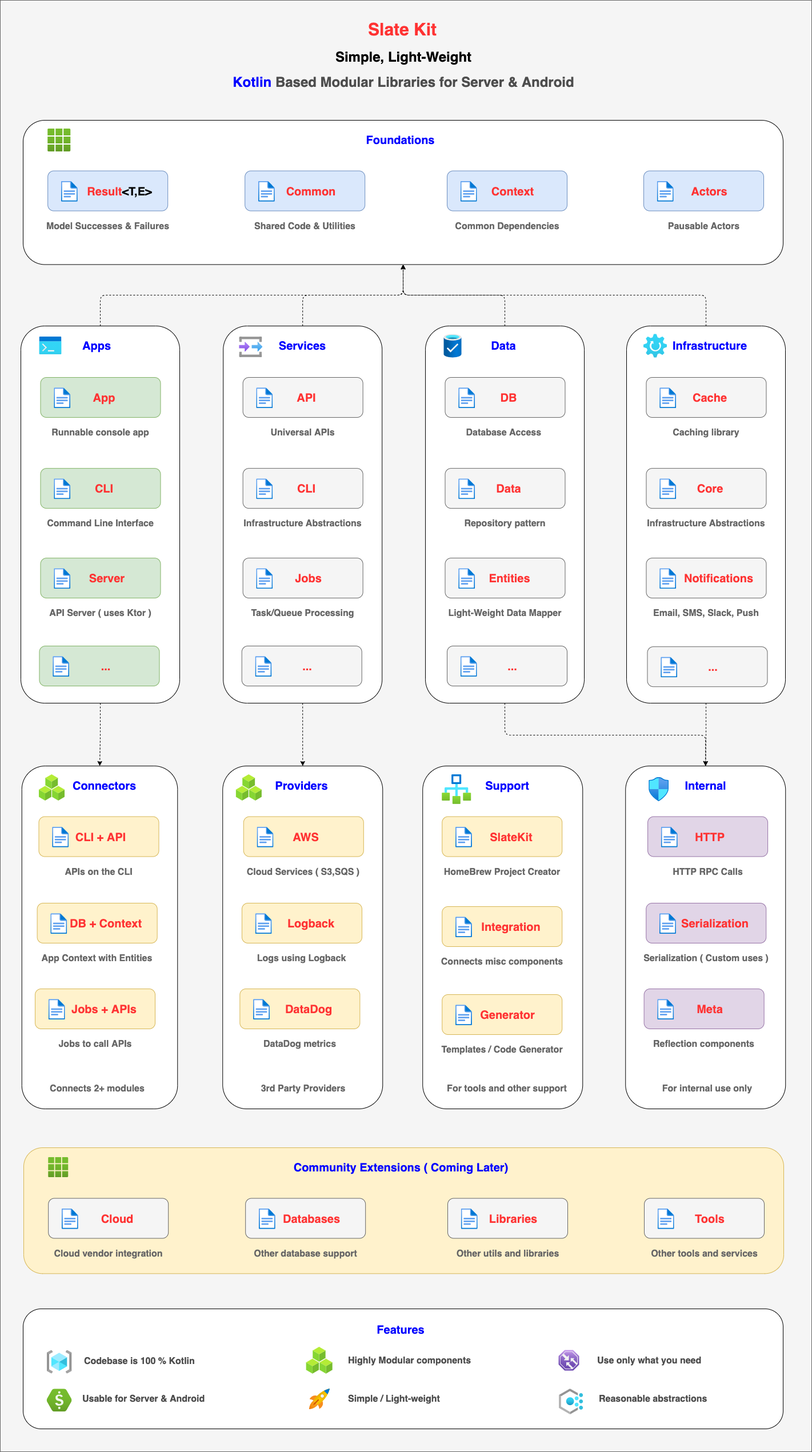
Earlier version of the draw.io export doc/diagrams/slatekit-overview.png (slatekit/kiit). Source tidied: cells renumbered, new cells last; positions are measured from the earlier drawing's top-left corner, leaving out a move shared by most shapes.
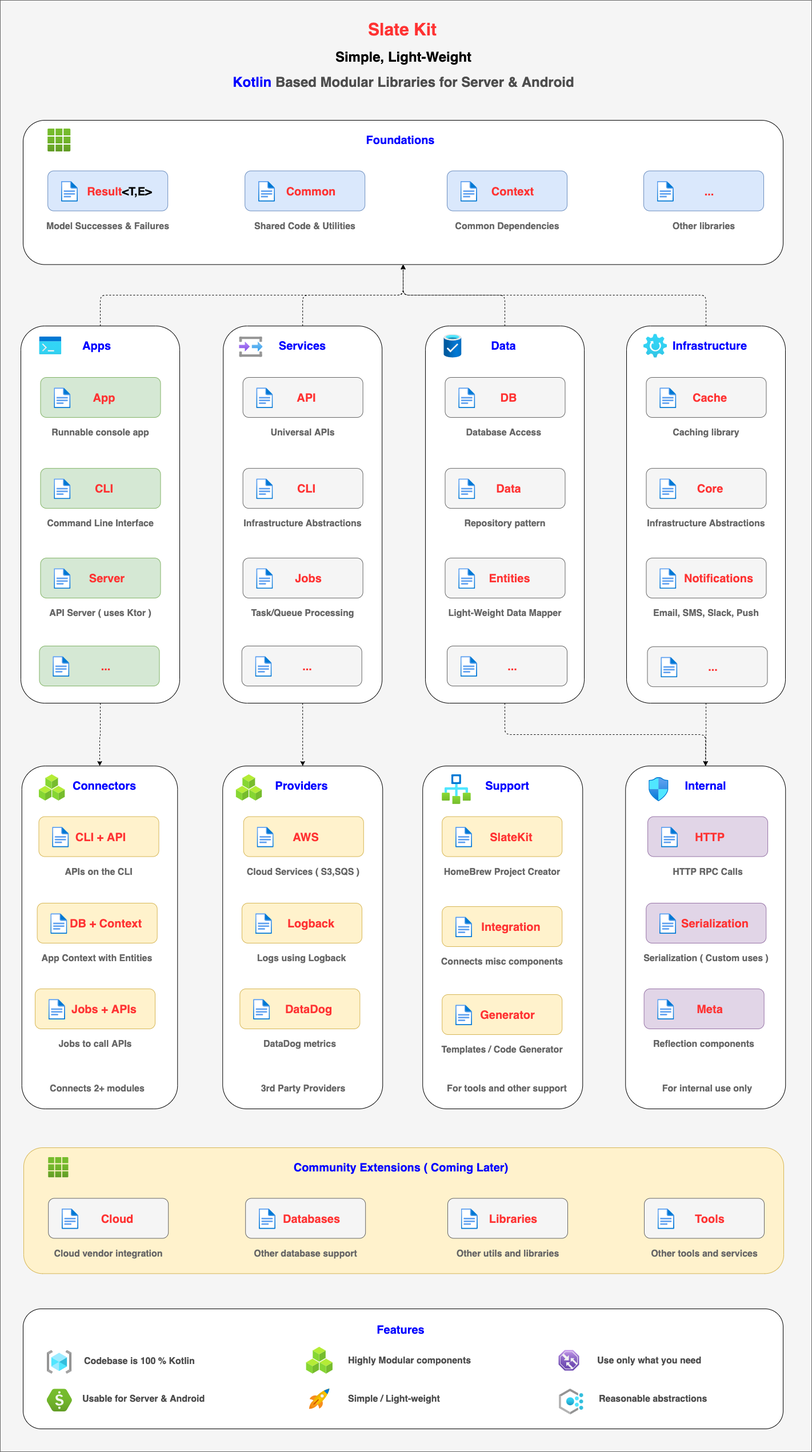
The same diagram one commit later.

Commit message:
DIAGRAM: Update to overview diagram

Change to the diagram source:
```diff
@@ -68,10 +68,10 @@
     <mxCell id="23" style="html=1;align=center;image;fontSize=12;image=img/lib/azure2/general/File.svg;" parent="1" vertex="1">
       <mxGeometry x="1149.7" y="316.8" width="29.2" height="36" as="geometry" />
     </mxCell>
-    <mxCell id="24" value="&lt;b style=&quot;font-size: 16px&quot;&gt;Pausable Actors&lt;/b&gt;" style="text;html=1;strokeColor=none;fillColor=none;align=center;verticalAlign=middle;whiteSpace=wrap;rounded=0;fontColor=#666666;" parent="1" vertex="1">
+    <mxCell id="24" value="&lt;b style=&quot;font-size: 16px&quot;&gt;Other libraries&lt;/b&gt;" style="text;html=1;strokeColor=none;fillColor=none;align=center;verticalAlign=middle;whiteSpace=wrap;rounded=0;fontColor=#666666;" parent="1" vertex="1">
       <mxGeometry x="1119.5" y="380.8" width="222.9" height="30" as="geometry" />
     </mxCell>
-    <mxCell id="25" value="&lt;font color=&quot;#ff3333&quot;&gt;&lt;span style=&quot;font-size: 20px&quot;&gt;&lt;b&gt;Actors&lt;/b&gt;&lt;/span&gt;&lt;/font&gt;" style="text;html=1;strokeColor=none;fillColor=none;align=center;verticalAlign=middle;whiteSpace=wrap;rounded=0;" parent="1" vertex="1">
+    <mxCell id="25" value="&lt;font color=&quot;#ff3333&quot;&gt;&lt;span style=&quot;font-size: 20px&quot;&gt;&lt;b&gt;...&lt;/b&gt;&lt;/span&gt;&lt;/font&gt;" style="text;html=1;strokeColor=none;fillColor=none;align=center;verticalAlign=middle;whiteSpace=wrap;rounded=0;" parent="1" vertex="1">
       <mxGeometry x="1171.9" y="319.8" width="138.3" height="30" as="geometry" />
     </mxCell>
     <mxCell id="26" style="rounded=1;whiteSpace=wrap;html=1;glass=0;strokeWidth=1;fontSize=14;align=left;" parent="1" vertex="1">
```
